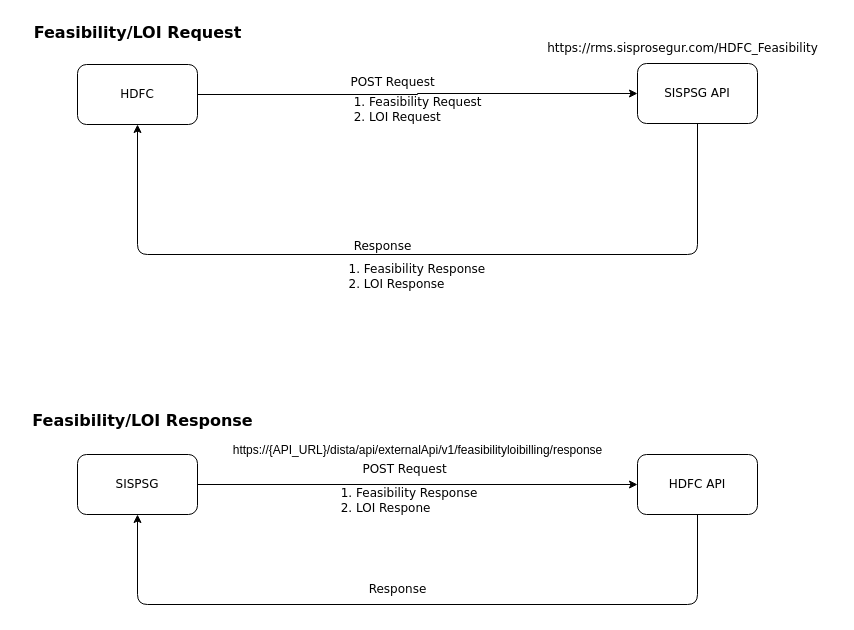
The draw.io diagram Hdfc.drawio in ubermachine/Drawio, before the edit. Source tidied: cells renumbered, new cells numbered last; positions are measured from the earlier drawing's top-left corner, leaving out a move shared by most shapes. Both pictures are drawn from the tidied source at 100%, with x=0, y=0 at pixel (17, 17).
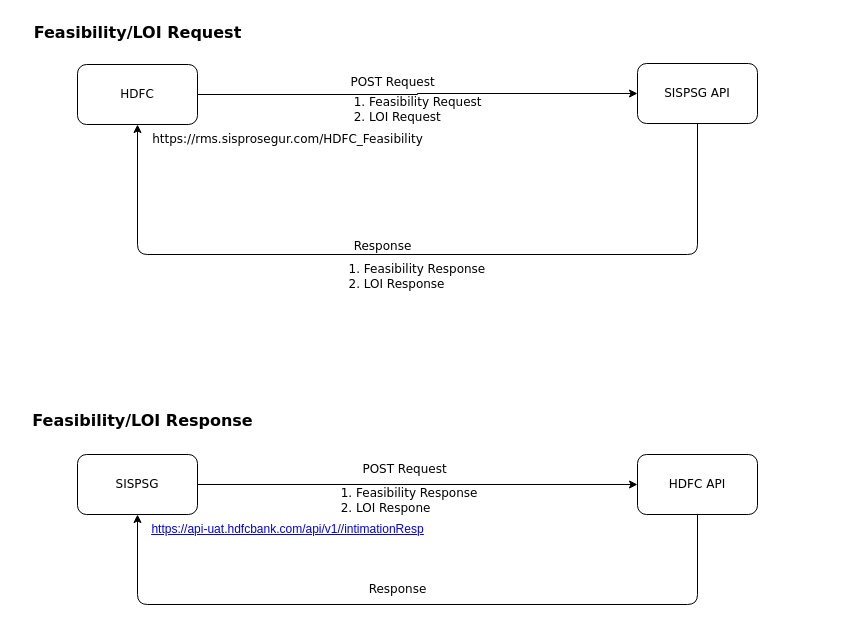
Above is the later version.

Diff of the diagram source:
```diff
@@
     <mxCell id="10" value="https://rms.sisprosegur.com/HDFC_Feasibility" style="text;html=1;align=center;verticalAlign=middle;strokeColor=none;fillColor=none;fontFamily=Verdana;fontStyle=0;" parent="1" vertex="1">
-      <mxGeometry x="510" y="16" width="310" height="30" as="geometry" />
+      <mxGeometry x="115" y="107" width="310" height="30" as="geometry" />
     </mxCell>
@@
-    <mxCell id="19" value=" https://{API_URL}/dista/api/externalApi/v1/feasibilityloibilling/response" style="text;html=1;align=center;verticalAlign=middle;strokeColor=none;fillColor=none;" parent="1" vertex="1">
-      <mxGeometry x="205" y="418" width="390" height="30" as="geometry" />
+    <mxCell id="19" value="&lt;u&gt;&lt;a title=&quot;Original URL: https://api-uat.hdfcbank.com/api/v1/dsb/intimationResp. Click or tap if you trust this link.&quot; target=&quot;_blank&quot; href=&quot;https://ind01.safelinks.protection.outlook.com/?url=https%3A%2F%2Fapi-uat.hdfcbank.com%2Fapi%2Fv1%2Fdsb%2FintimationResp&amp;amp;data=05%7C01%7Cshubham.pawar4%40hdfcbank.com%7C284244c8ec6b4c64b9b008db6e779bee%7C827fd02205a64e57be9ccc069b6ae62d%7C0%7C0%7C638225232243491934%7CUnknown%7CTWFpbGZsb3d8eyJWIjoiMC4wLjAwMDAiLCJQIjoiV2luMzIiLCJBTiI6Ik1haWwiLCJXVCI6Mn0%3D%7C3000%7C%7C%7C&amp;amp;sdata=QB7lebr9Tw6JcELbrLSqCNylo0V3PcAyTXZZP5ZpUk0%3D&amp;amp;reserved=0&quot;&gt;https://api-uat.hdfcbank.com/api/v1//intimationResp&lt;/a&gt;&lt;/u&gt;" style="text;html=1;align=center;verticalAlign=middle;strokeColor=none;fillColor=none;" parent="1" vertex="1">
+      <mxGeometry x="120" y="497" width="300" height="30" as="geometry" />
     </mxCell>
```
